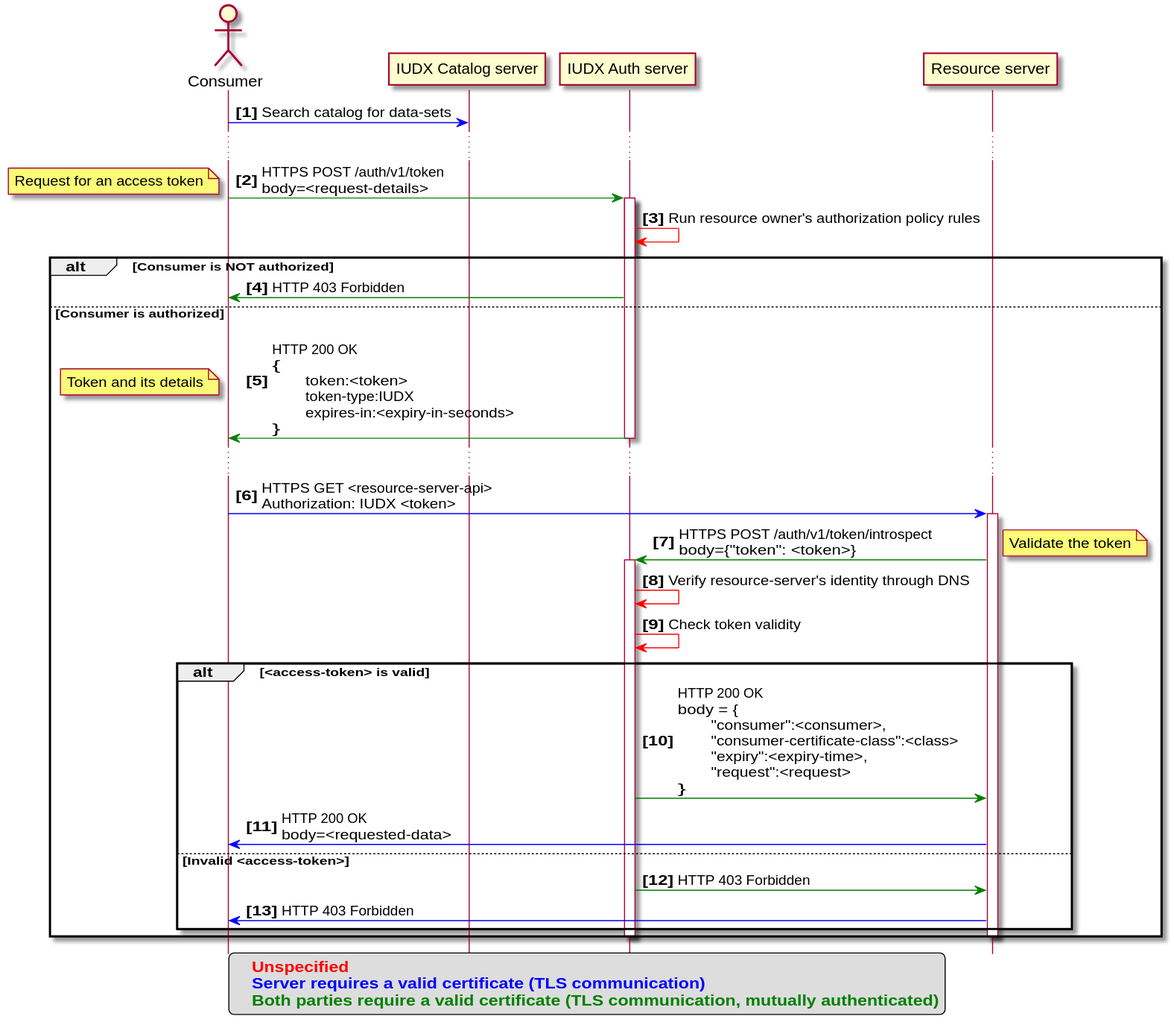
Above: www/consumer.svg in iudx/iudx-auth-server (PlantUML), before the change.
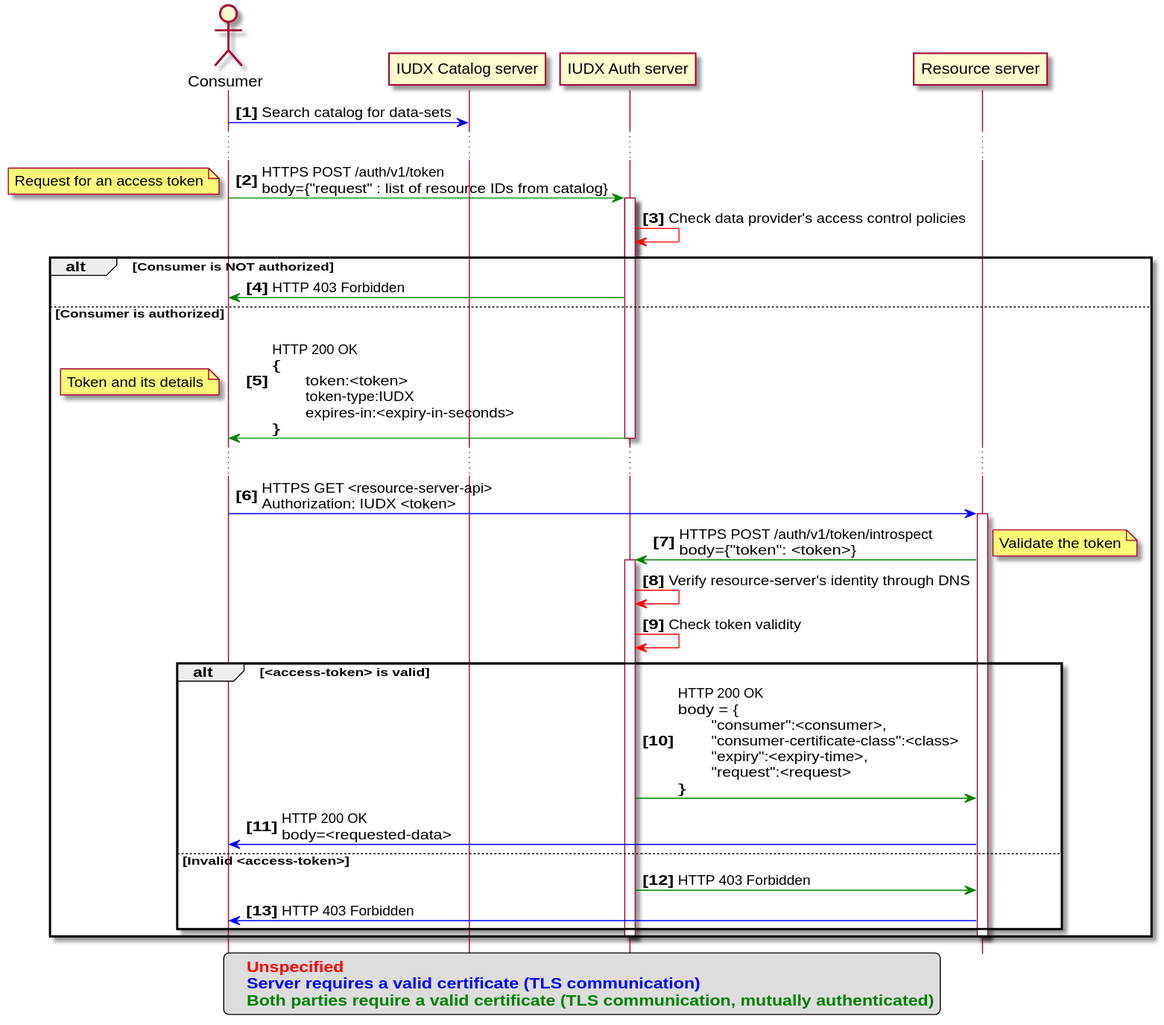
After the commit.

Diff of the diagram source:
```diff
@@ -14,11 +14,11 @@
 c -[#blue]> catalog : Search catalog for data-sets
 ...
 
-c -[#green]> auth : HTTPS POST /auth/v1/token\nbody=<request-details>
+c -[#green]> auth : HTTPS POST /auth/v1/token\nbody={"request" : list of resource IDs from catalog}
 note left: Request for an access token
 
 activate auth
-auth -[#red]> auth : Run resource owner's authorization policy rules
+auth -[#red]> auth : Check data provider's access control policies
 
 alt Consumer is NOT authorized
     auth -[#green]> c : HTTP 403 Forbidden
```
